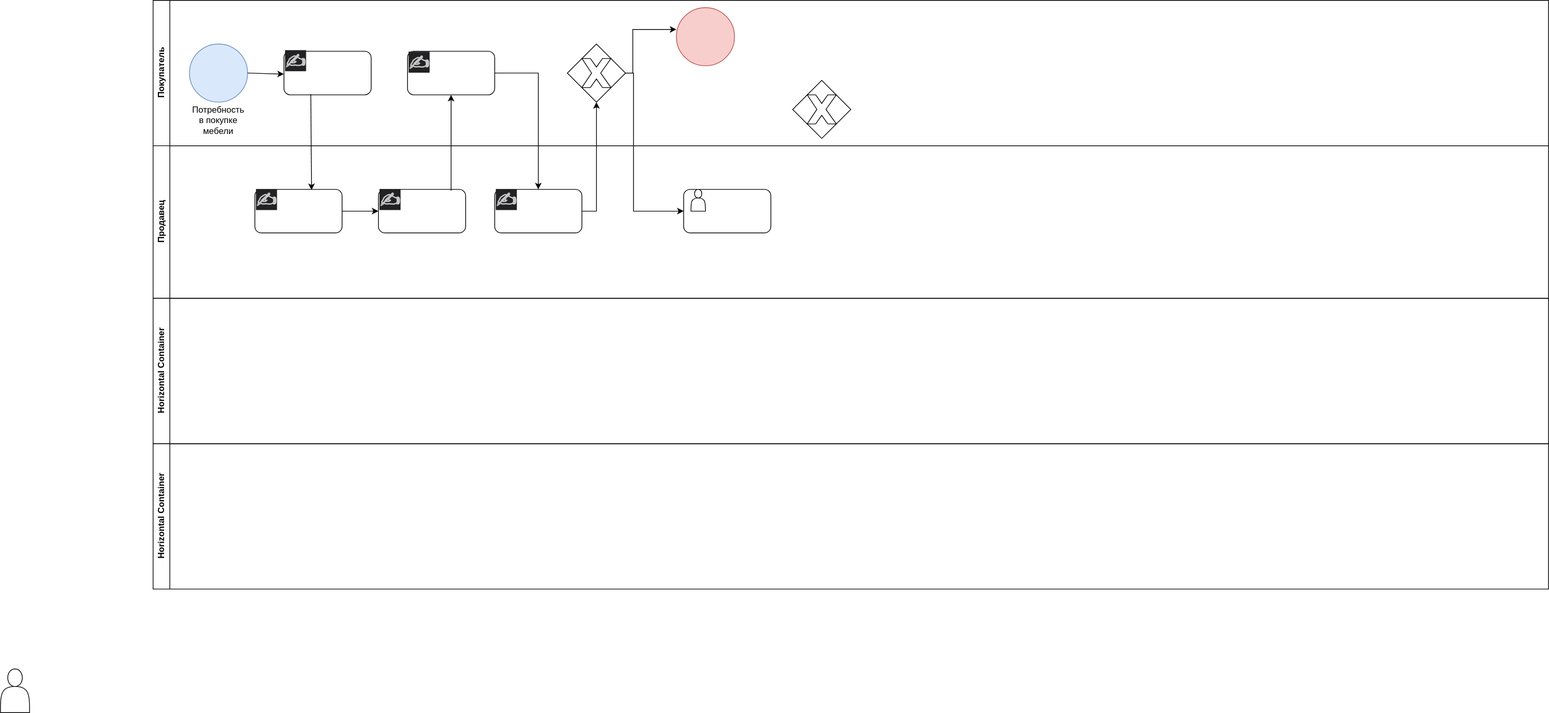
Earlier version of the draw.io export BP-ML.drawio.svg (s-erakhtina/diagrams.net). Source tidied: cells renumbered, new cells last; positions are measured from the earlier drawing's top-left corner, leaving out a move shared by most shapes.
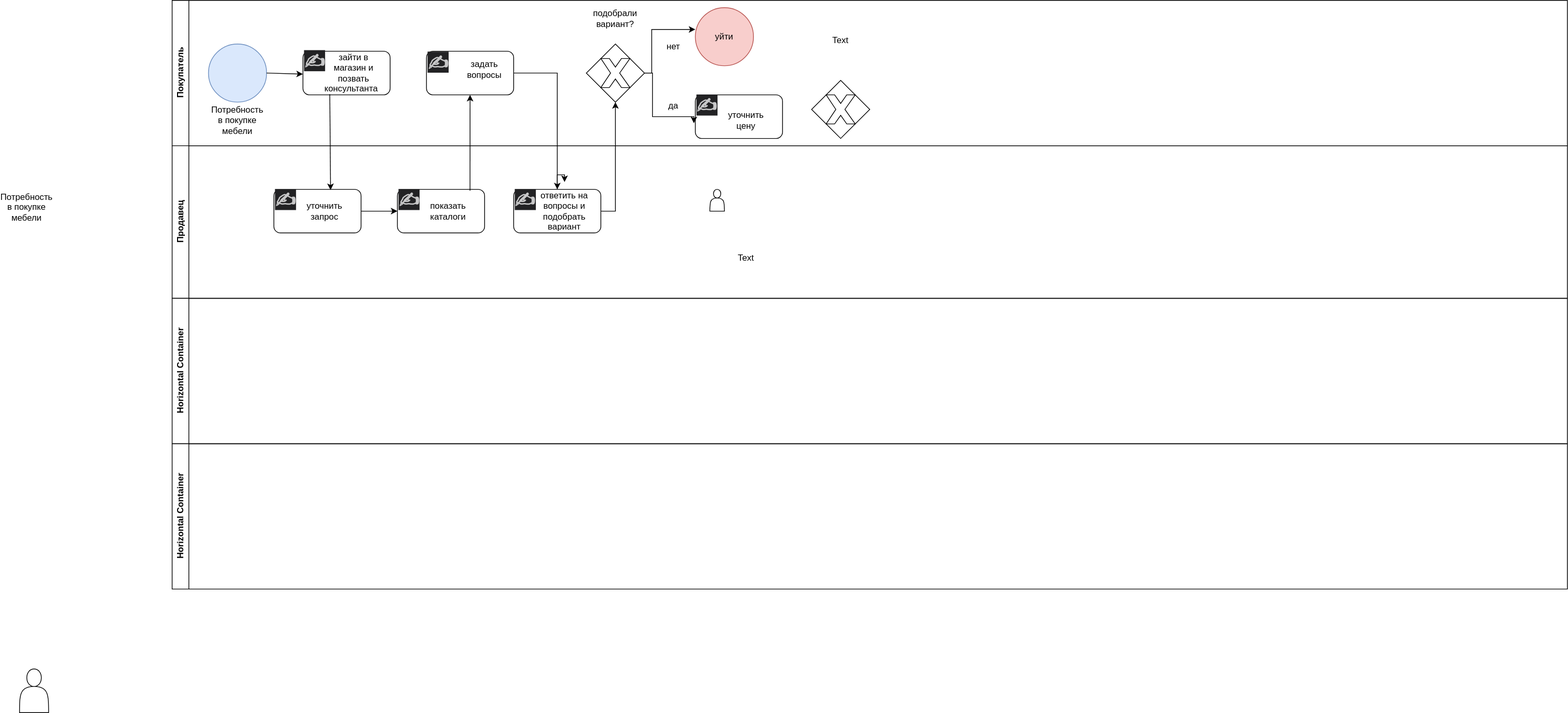
The same diagram one commit later.

What changed in the source:
```diff
@@ -20,15 +20,6 @@
     <mxCell id="7" style="rounded=1;whiteSpace=wrap;html=1;" parent="2" vertex="1">
       <mxGeometry x="350" y="70" width="120" height="60" as="geometry" />
     </mxCell>
-    <mxCell id="8" style="edgeStyle=orthogonalEdgeStyle;rounded=0;jettySize=auto;html=1;exitX=1;exitY=0.5;exitDx=0;exitDy=0;" parent="2" edge="1" source="10">
-      <mxGeometry relative="1" as="geometry">
-        <mxPoint x="730" y="290" as="targetPoint" />
-        <Array as="points">
-          <mxPoint x="661" y="100" />
-          <mxPoint x="661" y="290" />
-        </Array>
-      </mxGeometry>
-    </mxCell>
     <mxCell id="9" style="edgeStyle=orthogonalEdgeStyle;rounded=0;jettySize=auto;html=1;" parent="2" edge="1" source="10">
       <mxGeometry relative="1" as="geometry">
         <mxPoint x="720" y="40" as="targetPoint" />
@@ -52,7 +43,7 @@
       <mxGeometry x="590" y="80" width="40" height="40" as="geometry" />
     </mxCell>
     <mxCell id="14" style="rounded=1;whiteSpace=wrap;html=1;" parent="2" vertex="1">
-      <mxGeometry x="730" y="260" width="120" height="60" as="geometry" />
+      <mxGeometry x="720" y="130" width="120" height="60" as="geometry" />
     </mxCell>
     <mxCell id="15" style="ellipse;whiteSpace=wrap;html=1;fillColor=#f8cecc;strokeColor=#b85450;" parent="2" vertex="1">
       <mxGeometry x="720" y="10" width="80" height="80" as="geometry" />
@@ -66,6 +57,42 @@
     <mxCell id="18" style="shape=actor;whiteSpace=wrap;html=1;" parent="2" vertex="1">
       <mxGeometry x="740" y="260" width="20" height="30" as="geometry" />
     </mxCell>
+    <mxCell id="34" value="зайти в магазин и позвать консультанта&amp;nbsp;&amp;nbsp;" style="text;html=1;align=center;verticalAlign=middle;whiteSpace=wrap;rounded=0;" parent="2" vertex="1">
+      <mxGeometry x="220" y="85" width="60" height="30" as="geometry" />
+    </mxCell>
+    <mxCell id="35" value="задать вопросы" style="text;html=1;align=center;verticalAlign=middle;whiteSpace=wrap;rounded=0;" parent="2" vertex="1">
+      <mxGeometry x="400" y="80" width="60" height="30" as="geometry" />
+    </mxCell>
+    <mxCell id="36" value="подобрали вариант?" style="text;html=1;align=center;verticalAlign=middle;whiteSpace=wrap;rounded=0;" parent="2" vertex="1">
+      <mxGeometry x="580" y="10" width="60" height="30" as="geometry" />
+    </mxCell>
+    <mxCell id="37" value="уйти" style="text;html=1;align=center;verticalAlign=middle;whiteSpace=wrap;rounded=0;" parent="2" vertex="1">
+      <mxGeometry x="730" y="35" width="60" height="30" as="geometry" />
+    </mxCell>
+    <mxCell id="38" value="Text" style="text;html=1;align=center;verticalAlign=middle;whiteSpace=wrap;rounded=0;" parent="2" vertex="1">
+      <mxGeometry x="890" y="40" width="60" height="30" as="geometry" />
+    </mxCell>
+    <mxCell id="39" value="нет" style="text;html=1;align=center;verticalAlign=middle;whiteSpace=wrap;rounded=0;" parent="2" vertex="1">
+      <mxGeometry x="660" y="49" width="60" height="30" as="geometry" />
+    </mxCell>
+    <mxCell id="40" value="да" style="text;html=1;align=center;verticalAlign=middle;whiteSpace=wrap;rounded=0;" parent="2" vertex="1">
+      <mxGeometry x="660" y="130" width="60" height="30" as="geometry" />
+    </mxCell>
+    <mxCell id="8" style="edgeStyle=orthogonalEdgeStyle;rounded=0;jettySize=auto;html=1;exitX=1;exitY=0.5;exitDx=0;exitDy=0;entryX=-0.017;entryY=0.65;entryDx=0;entryDy=0;entryPerimeter=0;" parent="2" edge="1" source="10" target="14">
+      <mxGeometry relative="1" as="geometry">
+        <Array as="points">
+          <mxPoint x="661" y="100" />
+          <mxPoint x="661" y="160" />
+          <mxPoint x="718" y="160" />
+        </Array>
+      </mxGeometry>
+    </mxCell>
+    <mxCell id="41" value="&lt;br style=&quot;forced-color-adjust: none; color: rgb(0, 0, 0); font-family: Helvetica; font-size: 12px; font-style: normal; font-variant-ligatures: normal; font-variant-caps: normal; font-weight: 700; letter-spacing: normal; orphans: 2; text-align: center; text-indent: 0px; text-transform: none; widows: 2; word-spacing: 0px; -webkit-text-stroke-width: 0px; white-space: normal; background-color: rgb(251, 251, 251); text-decoration-thickness: initial; text-decoration-style: initial; text-decoration-color: initial;&quot;&gt;&lt;span style=&quot;forced-color-adjust: none; font-style: normal; font-variant-ligatures: normal; font-variant-caps: normal; font-weight: 700; letter-spacing: normal; orphans: 2; text-indent: 0px; text-transform: none; widows: 2; word-spacing: 0px; -webkit-text-stroke-width: 0px; white-space: normal; text-decoration-thickness: initial; text-decoration-style: initial; text-decoration-color: initial; color: rgba(255, 255, 255, 0.75); font-family: &amp;quot;YS Text&amp;quot;, -apple-system, BlinkMacSystemFont, Arial, Helvetica, sans-serif; font-size: 24px; text-align: start; background-color: rgb(34, 34, 36); float: none; display: inline !important;&quot;&gt;✍&lt;/span&gt;&lt;br style=&quot;forced-color-adjust: none; color: rgb(0, 0, 0); font-family: Helvetica; font-size: 12px; font-style: normal; font-variant-ligatures: normal; font-variant-caps: normal; font-weight: 700; letter-spacing: normal; orphans: 2; text-align: center; text-indent: 0px; text-transform: none; widows: 2; word-spacing: 0px; -webkit-text-stroke-width: 0px; white-space: normal; background-color: rgb(251, 251, 251); text-decoration-thickness: initial; text-decoration-style: initial; text-decoration-color: initial;&quot;&gt;" style="text;whiteSpace=wrap;html=1;" parent="2" vertex="1">
+      <mxGeometry x="720" y="110" width="40" height="50" as="geometry" />
+    </mxCell>
+    <mxCell id="42" value="уточнить цену" style="text;html=1;align=center;verticalAlign=middle;whiteSpace=wrap;rounded=0;" parent="2" vertex="1">
+      <mxGeometry x="760" y="150" width="60" height="30" as="geometry" />
+    </mxCell>
     <mxCell id="19" value="Продавец" style="swimlane;horizontal=0;whiteSpace=wrap;html=1;" parent="1" vertex="1">
       <mxGeometry x="210" y="200" width="1920" height="210" as="geometry" />
     </mxCell>
@@ -78,6 +105,9 @@
     <mxCell id="22" style="endArrow=classic;html=1;rounded=0;entryX=0;entryY=0.5;entryDx=0;entryDy=0;" parent="19" edge="1" source="20" target="21">
       <mxGeometry relative="1" as="geometry" />
     </mxCell>
+    <mxCell id="43" style="edgeStyle=orthogonalEdgeStyle;rounded=0;jettySize=auto;html=1;" parent="19" edge="1" source="23" target="46">
+      <mxGeometry relative="1" as="geometry" />
+    </mxCell>
     <mxCell id="23" style="rounded=1;whiteSpace=wrap;html=1;" parent="19" vertex="1">
       <mxGeometry x="470" y="60" width="120" height="60" as="geometry" />
     </mxCell>
@@ -90,6 +120,18 @@
     <mxCell id="26" value="&lt;br style=&quot;forced-color-adjust: none; color: rgb(0, 0, 0); font-family: Helvetica; font-size: 12px; font-style: normal; font-variant-ligatures: normal; font-variant-caps: normal; font-weight: 700; letter-spacing: normal; orphans: 2; text-align: center; text-indent: 0px; text-transform: none; widows: 2; word-spacing: 0px; -webkit-text-stroke-width: 0px; white-space: normal; background-color: rgb(251, 251, 251); text-decoration-thickness: initial; text-decoration-style: initial; text-decoration-color: initial;&quot;&gt;&lt;span style=&quot;forced-color-adjust: none; font-style: normal; font-variant-ligatures: normal; font-variant-caps: normal; font-weight: 700; letter-spacing: normal; orphans: 2; text-indent: 0px; text-transform: none; widows: 2; word-spacing: 0px; -webkit-text-stroke-width: 0px; white-space: normal; text-decoration-thickness: initial; text-decoration-style: initial; text-decoration-color: initial; color: rgba(255, 255, 255, 0.75); font-family: &amp;quot;YS Text&amp;quot;, -apple-system, BlinkMacSystemFont, Arial, Helvetica, sans-serif; font-size: 24px; text-align: start; background-color: rgb(34, 34, 36); float: none; display: inline !important;&quot;&gt;✍&lt;/span&gt;&lt;br style=&quot;forced-color-adjust: none; color: rgb(0, 0, 0); font-family: Helvetica; font-size: 12px; font-style: normal; font-variant-ligatures: normal; font-variant-caps: normal; font-weight: 700; letter-spacing: normal; orphans: 2; text-align: center; text-indent: 0px; text-transform: none; widows: 2; word-spacing: 0px; -webkit-text-stroke-width: 0px; white-space: normal; background-color: rgb(251, 251, 251); text-decoration-thickness: initial; text-decoration-style: initial; text-decoration-color: initial;&quot;&gt;" style="text;whiteSpace=wrap;html=1;" parent="19" vertex="1">
       <mxGeometry x="470" y="40" width="40" height="50" as="geometry" />
     </mxCell>
+    <mxCell id="44" value="уточнить запрос" style="text;html=1;align=center;verticalAlign=middle;whiteSpace=wrap;rounded=0;" parent="19" vertex="1">
+      <mxGeometry x="180" y="75" width="60" height="30" as="geometry" />
+    </mxCell>
+    <mxCell id="45" value="показать каталоги" style="text;html=1;align=center;verticalAlign=middle;whiteSpace=wrap;rounded=0;" parent="19" vertex="1">
+      <mxGeometry x="350" y="75" width="60" height="30" as="geometry" />
+    </mxCell>
+    <mxCell id="46" value="ответить на вопросы и подобрать вариант" style="text;html=1;align=center;verticalAlign=middle;whiteSpace=wrap;rounded=0;" parent="19" vertex="1">
+      <mxGeometry x="500" y="50" width="80" height="80" as="geometry" />
+    </mxCell>
+    <mxCell id="47" value="Text" style="text;html=1;align=center;verticalAlign=middle;whiteSpace=wrap;rounded=0;" parent="19" vertex="1">
+      <mxGeometry x="760" y="140" width="60" height="30" as="geometry" />
+    </mxCell>
     <mxCell id="27" value="Horizontal Container" style="swimlane;horizontal=0;whiteSpace=wrap;html=1;" parent="1" vertex="1">
       <mxGeometry x="210" y="410" width="1920" height="200" as="geometry" />
     </mxCell>
@@ -119,5 +161,8 @@
         </Array>
       </mxGeometry>
     </mxCell>
+    <mxCell id="48" value="Потребность в покупке мебели" style="text;html=1;align=center;verticalAlign=middle;whiteSpace=wrap;rounded=0;" parent="1" vertex="1">
+      <mxGeometry x="-20" y="270" width="60" height="30" as="geometry" />
+    </mxCell>
   </root>
 </mxGraphModel>
```
